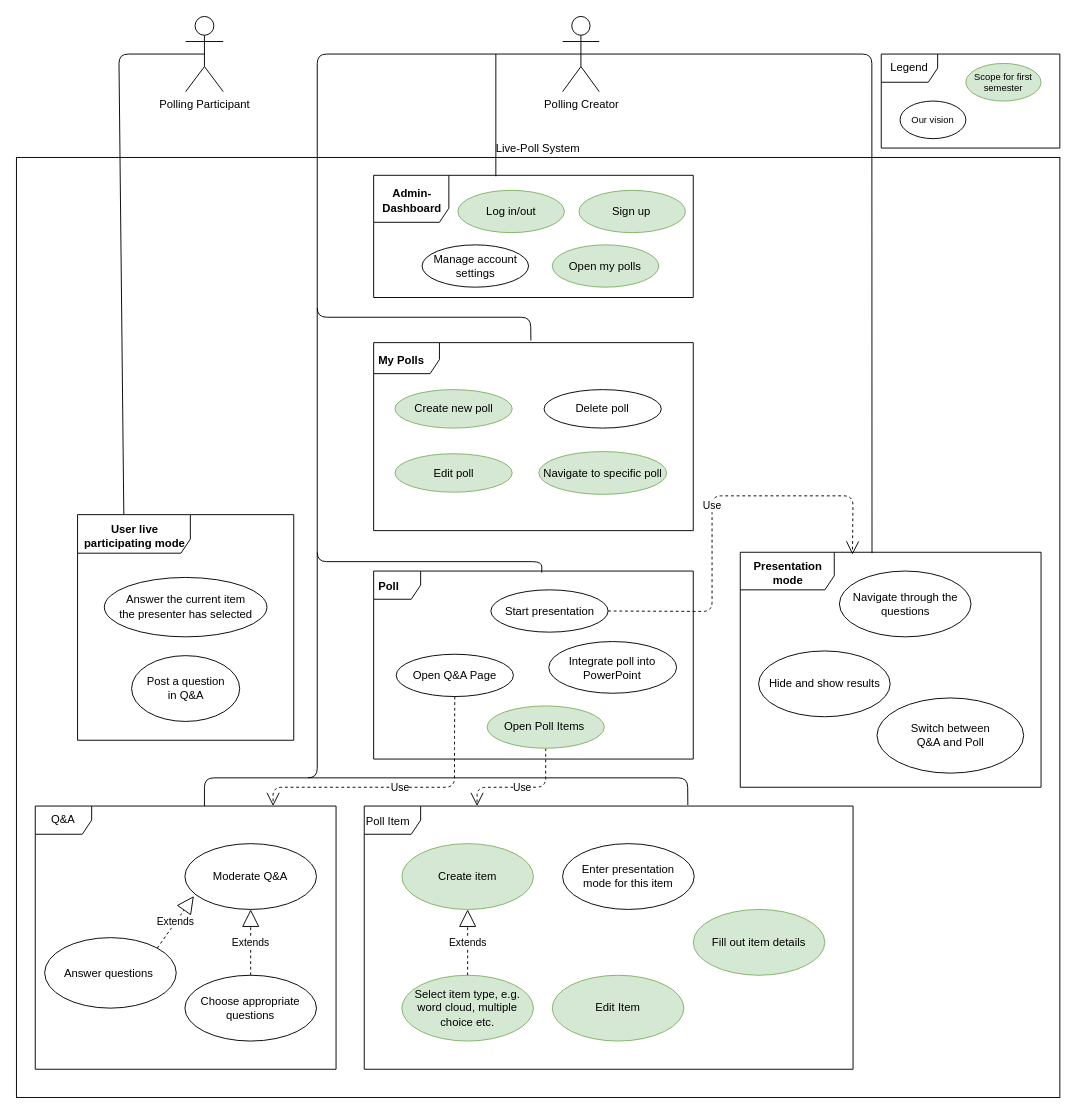
The draw.io diagram media/LivePollUCD.drawio in livepoll/live-poll-docs, before the edit. Source tidied: cells renumbered, new cells numbered last; positions are measured from the earlier drawing's top-left corner, leaving out a move shared by most shapes. Both pictures are drawn from the tidied source at 94%, with x=0, y=0 at pixel (16, 16).
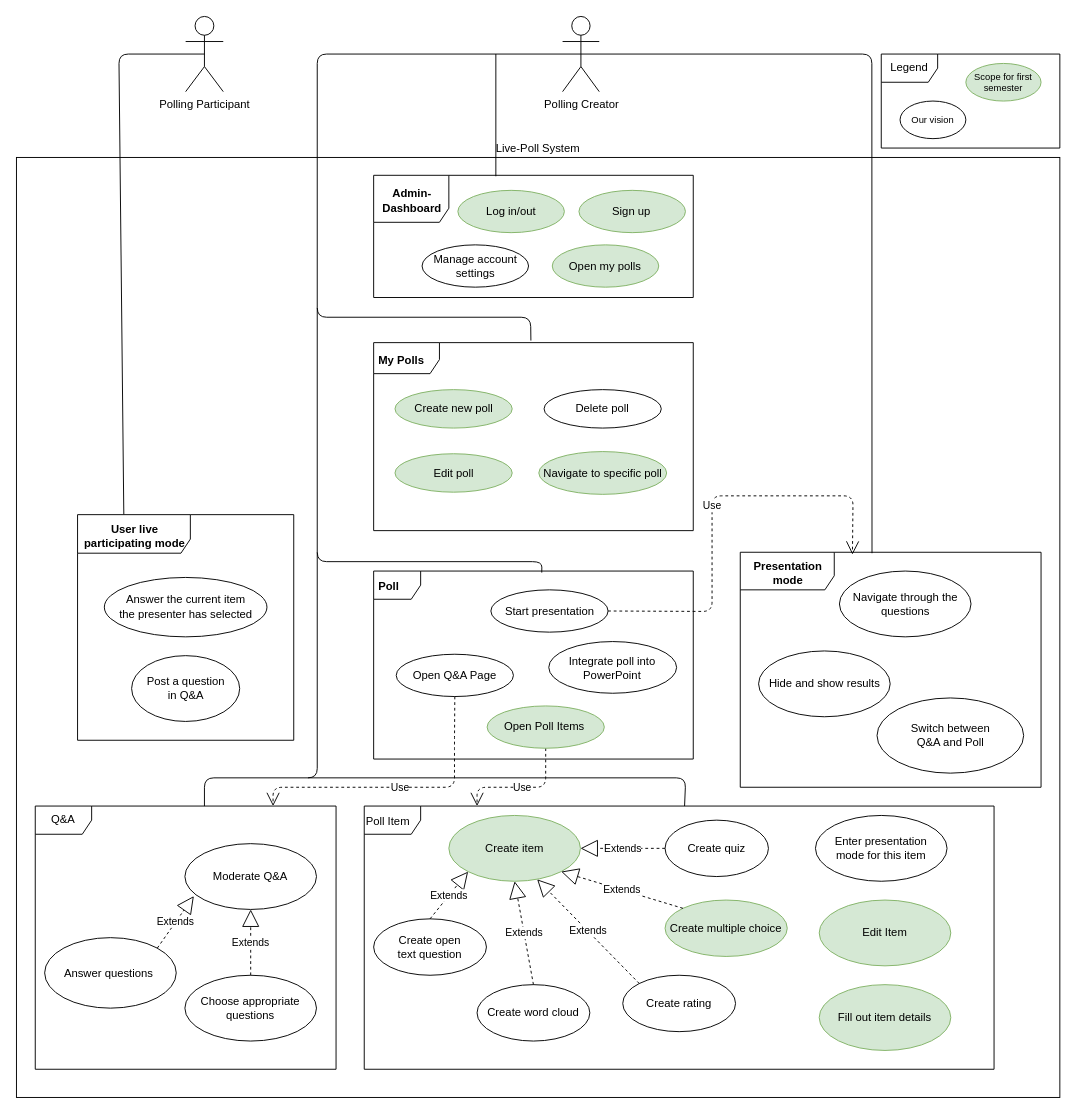
The same page after the edit.

Diff of the diagram source:
```diff
@@
     <mxCell id="5" value="&lt;p style=&quot;margin: 0px ; margin-top: 4px ; text-align: center&quot;&gt;Poll Item&lt;/p&gt;" style="shape=umlFrame;whiteSpace=wrap;html=1;fontFamily=Helvetica;fontSize=12;fontColor=#000000;align=left;strokeColor=#000000;fillColor=#ffffff;" parent="1" vertex="1">
-      <mxGeometry x="370" y="840" width="520" height="280" as="geometry" />
+      <mxGeometry x="370" y="840" width="670" height="280" as="geometry" />
     </mxCell>
@@
     <mxCell id="26" value="Create item" style="ellipse;whiteSpace=wrap;html=1;fillColor=#d5e8d4;strokeColor=#82b366;" parent="1" vertex="1">
-      <mxGeometry x="410" y="880" width="140" height="70" as="geometry" />
+      <mxGeometry x="460" y="850" width="140" height="70" as="geometry" />
     </mxCell>
     <mxCell id="27" value="Edit Item" style="ellipse;whiteSpace=wrap;html=1;fillColor=#d5e8d4;strokeColor=#82b366;" parent="1" vertex="1">
-      <mxGeometry x="570" y="1020" width="140" height="70" as="geometry" />
+      <mxGeometry x="854" y="940" width="140" height="70" as="geometry" />
     </mxCell>
-    <mxCell id="28" value="Select item type, e.g.&lt;br&gt;word cloud, multiple choice etc." style="ellipse;whiteSpace=wrap;html=1;fillColor=#d5e8d4;strokeColor=#82b366;" parent="1" vertex="1">
-      <mxGeometry x="410" y="1020" width="140" height="70" as="geometry" />
+    <mxCell id="28" value="Create multiple choice" style="ellipse;whiteSpace=wrap;html=1;fillColor=#d5e8d4;strokeColor=#82b366;" parent="1" vertex="1">
+      <mxGeometry x="690" y="940" width="130" height="60" as="geometry" />
     </mxCell>
-    <mxCell id="29" value="Extends" style="endArrow=block;endSize=16;endFill=0;html=1;exitX=0.5;exitY=0;exitDx=0;exitDy=0;entryX=0.5;entryY=1;entryDx=0;entryDy=0;dashed=1;" parent="1" edge="1" source="28" target="26">
+    <mxCell id="29" value="Extends" style="endArrow=block;endSize=16;endFill=0;html=1;exitX=0;exitY=0;exitDx=0;exitDy=0;entryX=1;entryY=1;entryDx=0;entryDy=0;dashed=1;" parent="1" edge="1" source="28" target="26">
       <mxGeometry relative="1" as="geometry" />
     </mxCell>
     <mxCell id="30" value="Enter presentation&lt;br&gt;mode for this item" style="ellipse;whiteSpace=wrap;html=1;" parent="1" vertex="1">
-      <mxGeometry x="581" y="880" width="140" height="70" as="geometry" />
+      <mxGeometry x="850" y="850" width="140" height="70" as="geometry" />
     </mxCell>
@@
-    <mxCell id="55" style="endArrow=none;html=1;entryX=0.662;entryY=-0.004;entryDx=0;entryDy=0;entryPerimeter=0;" parent="1" edge="1" target="5">
+    <mxCell id="55" style="endArrow=none;html=1;" parent="1" edge="1" target="5">
       <mxGeometry relative="1" as="geometry">
         <mxPoint x="310" y="810" as="sourcePoint" />
         <Array as="points">
-          <mxPoint x="714" y="810" />
+          <mxPoint x="712" y="810" />
         </Array>
       </mxGeometry>
     </mxCell>
     <mxCell id="56" value="Fill out item details" style="ellipse;whiteSpace=wrap;html=1;fillColor=#d5e8d4;strokeColor=#82b366;" parent="1" vertex="1">
-      <mxGeometry x="720" y="950" width="140" height="70" as="geometry" />
+      <mxGeometry x="854" y="1030" width="140" height="70" as="geometry" />
     </mxCell>
@@
+    <mxCell id="61" value="Create open &lt;br&gt;text question" style="ellipse;whiteSpace=wrap;html=1;" parent="1" vertex="1">
+      <mxGeometry x="380" y="960" width="120" height="60" as="geometry" />
+    </mxCell>
+    <mxCell id="62" value="Create word cloud" style="ellipse;whiteSpace=wrap;html=1;" parent="1" vertex="1">
+      <mxGeometry x="490" y="1030" width="120" height="60" as="geometry" />
+    </mxCell>
+    <mxCell id="63" value="Create quiz" style="ellipse;whiteSpace=wrap;html=1;" parent="1" vertex="1">
+      <mxGeometry x="690" y="855" width="110" height="60" as="geometry" />
+    </mxCell>
+    <mxCell id="64" value="Create rating" style="ellipse;whiteSpace=wrap;html=1;" parent="1" vertex="1">
+      <mxGeometry x="645" y="1020" width="120" height="60" as="geometry" />
+    </mxCell>
+    <mxCell id="65" value="Extends" style="endArrow=block;endSize=16;endFill=0;html=1;exitX=0.5;exitY=0;exitDx=0;exitDy=0;entryX=0;entryY=1;entryDx=0;entryDy=0;dashed=1;" parent="1" edge="1" source="61" target="26">
+      <mxGeometry relative="1" as="geometry" />
+    </mxCell>
+    <mxCell id="66" value="Extends" style="endArrow=block;endSize=16;endFill=0;html=1;exitX=0;exitY=0.5;exitDx=0;exitDy=0;entryX=1;entryY=0.5;entryDx=0;entryDy=0;dashed=1;" parent="1" edge="1" source="63" target="26">
+      <mxGeometry relative="1" as="geometry" />
+    </mxCell>
+    <mxCell id="67" value="Extends" style="endArrow=block;endSize=16;endFill=0;html=1;exitX=0.5;exitY=0;exitDx=0;exitDy=0;dashed=1;entryX=0.5;entryY=1;entryDx=0;entryDy=0;" parent="1" edge="1" source="62" target="26">
+      <mxGeometry relative="1" as="geometry" />
+    </mxCell>
+    <mxCell id="68" value="Extends" style="endArrow=block;endSize=16;endFill=0;html=1;exitX=0;exitY=0;exitDx=0;exitDy=0;entryX=0.671;entryY=0.971;entryDx=0;entryDy=0;dashed=1;entryPerimeter=0;" parent="1" edge="1" source="64" target="26">
+      <mxGeometry relative="1" as="geometry" />
+    </mxCell>
```
